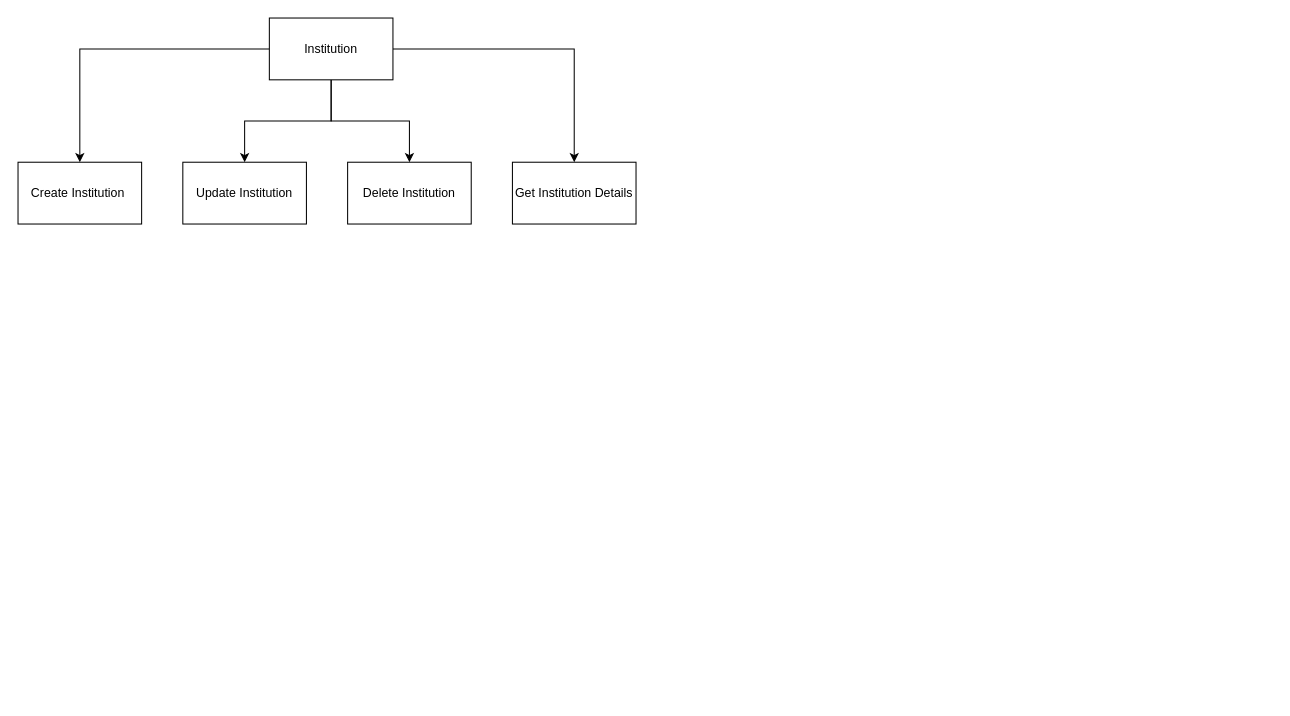
Above: diagrams/FDD/Institution FDD.drawio in Apollo-LW/Apollo-LW (draw.io), before the change. Source tidied: cells renumbered, new cells numbered last; positions are measured from the earlier drawing's top-left corner, leaving out a move shared by most shapes. Both pictures are drawn from the tidied source at 103%, with x=0, y=0 at pixel (18, 18).
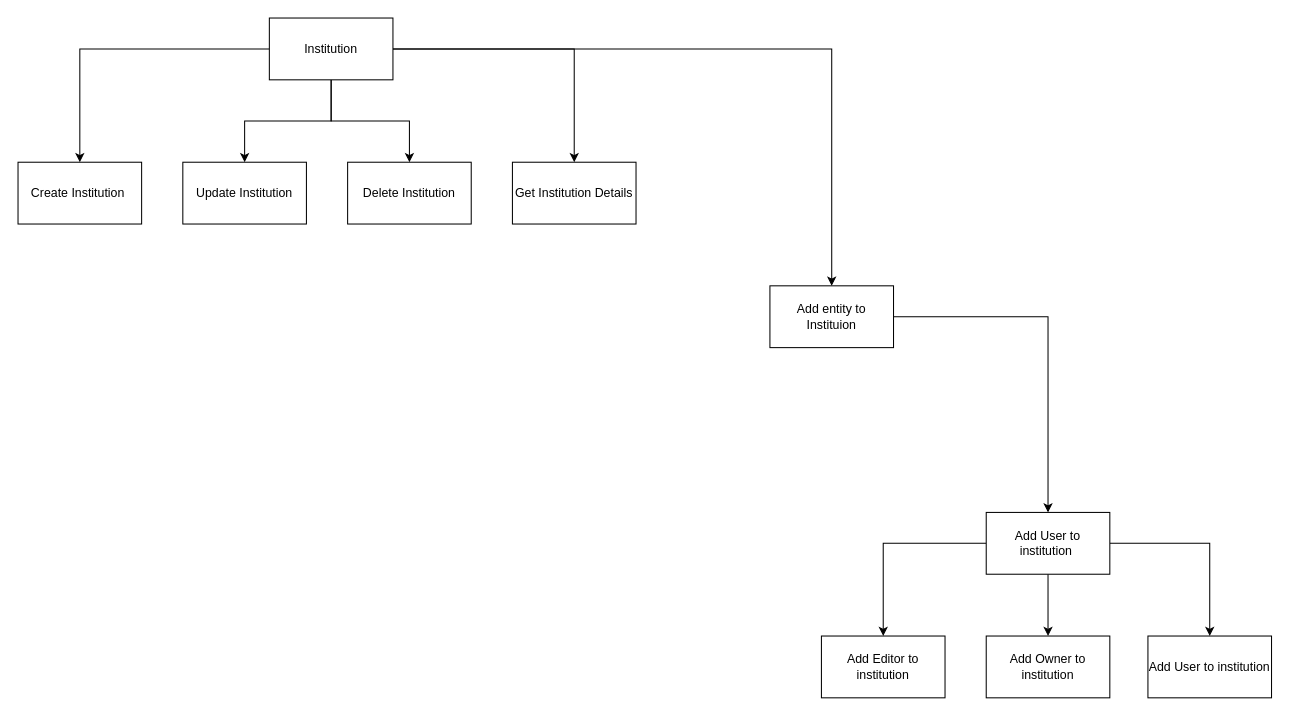
The same diagram, later.

Commit message:
Add user permissions edit in institutions

Unchanged cells that the change refers to:
```xml
<mxCell id="6" value="Institution" style="rounded=0;whiteSpace=wrap;html=1;" parent="1" vertex="1">
  <mxGeometry x="244" width="120" height="60" as="geometry" />
</mxCell>
```

Diff of the diagram source:
```diff
@@
+    <mxCell id="11" style="edgeStyle=orthogonalEdgeStyle;rounded=0;jettySize=auto;html=1;entryX=0.5;entryY=0;entryDx=0;entryDy=0;" parent="1" edge="1" source="6" target="13">
+      <mxGeometry relative="1" as="geometry" />
+    </mxCell>
@@
+    <mxCell id="12" style="edgeStyle=orthogonalEdgeStyle;rounded=0;jettySize=auto;html=1;entryX=0.5;entryY=0;entryDx=0;entryDy=0;" parent="1" edge="1" source="13" target="17">
+      <mxGeometry relative="1" as="geometry" />
+    </mxCell>
+    <mxCell id="13" value="Add entity to Instituion" style="rounded=0;whiteSpace=wrap;html=1;" parent="1" vertex="1">
+      <mxGeometry x="730" y="260" width="120" height="60" as="geometry" />
+    </mxCell>
+    <mxCell id="14" style="edgeStyle=orthogonalEdgeStyle;rounded=0;jettySize=auto;html=1;entryX=0.5;entryY=0;entryDx=0;entryDy=0;" parent="1" edge="1" source="17" target="18">
+      <mxGeometry relative="1" as="geometry" />
+    </mxCell>
+    <mxCell id="15" style="edgeStyle=orthogonalEdgeStyle;rounded=0;jettySize=auto;html=1;entryX=0.5;entryY=0;entryDx=0;entryDy=0;" parent="1" edge="1" source="17" target="19">
+      <mxGeometry relative="1" as="geometry" />
+    </mxCell>
+    <mxCell id="16" style="edgeStyle=orthogonalEdgeStyle;rounded=0;jettySize=auto;html=1;entryX=0.5;entryY=0;entryDx=0;entryDy=0;" parent="1" edge="1" source="17" target="20">
+      <mxGeometry relative="1" as="geometry" />
+    </mxCell>
+    <mxCell id="17" value="Add User to institution&amp;nbsp;" style="rounded=0;whiteSpace=wrap;html=1;" parent="1" vertex="1">
+      <mxGeometry x="940" y="480" width="120" height="60" as="geometry" />
+    </mxCell>
+    <mxCell id="18" value="Add Owner to institution" style="rounded=0;whiteSpace=wrap;html=1;" parent="1" vertex="1">
+      <mxGeometry x="940" y="600" width="120" height="60" as="geometry" />
+    </mxCell>
+    <mxCell id="19" value="Add Editor to institution" style="rounded=0;whiteSpace=wrap;html=1;" parent="1" vertex="1">
+      <mxGeometry x="780" y="600" width="120" height="60" as="geometry" />
+    </mxCell>
+    <mxCell id="20" value="Add User to institution" style="rounded=0;whiteSpace=wrap;html=1;" parent="1" vertex="1">
+      <mxGeometry x="1097" y="600" width="120" height="60" as="geometry" />
+    </mxCell>
```
